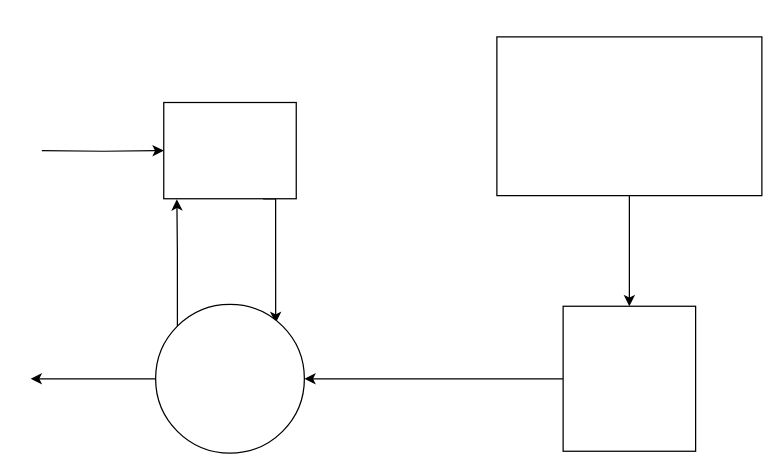
Earlier version of the draw.io diagram 软考.drawio (xiaodongYao/DrawIO). Source tidied: cells renumbered, new cells numbered last; positions are measured from the earlier drawing's top-left corner, leaving out a move shared by most shapes. Both pictures are drawn from the tidied source at 125%, with x=0, y=0 at pixel (30, 36).
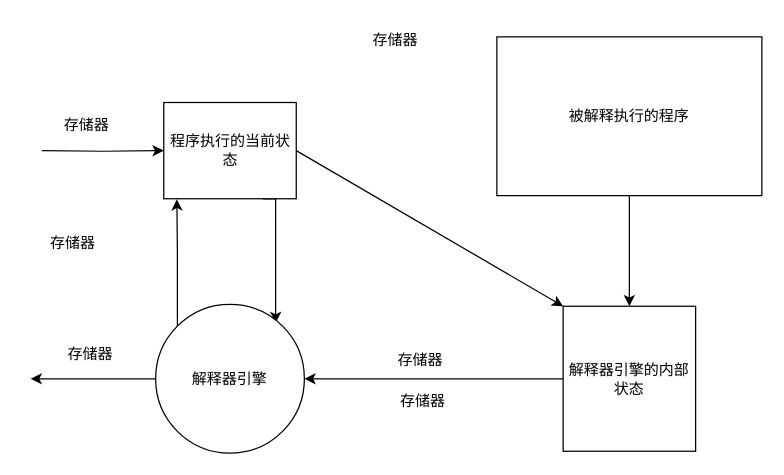
The same page after the edit.

What changed in the source:
```diff
@@
+    <mxCell id="12" style="rounded=0;jettySize=auto;html=1;exitX=1;exitY=0.5;exitDx=0;exitDy=0;entryX=0;entryY=0;entryDx=0;entryDy=0;" parent="1" edge="1" source="3" target="8">
+      <mxGeometry relative="1" as="geometry" />
+    </mxCell>
-    <mxCell id="3" style="rounded=0;whiteSpace=wrap;html=1;" parent="1" vertex="1">
+    <mxCell id="3" value="程序执行的当前状态" style="rounded=0;whiteSpace=wrap;html=1;" parent="1" vertex="1">
       <mxGeometry x="106.5" y="52.5" width="106" height="77" as="geometry" />
     </mxCell>
@@
-    <mxCell id="6" style="ellipse;whiteSpace=wrap;html=1;" parent="1" vertex="1">
+    <mxCell id="6" value="解释器引擎" style="ellipse;whiteSpace=wrap;html=1;" parent="1" vertex="1">
       <mxGeometry x="100" y="214" width="119" height="119" as="geometry" />
     </mxCell>
@@
-    <mxCell id="8" style="rounded=0;whiteSpace=wrap;html=1;" parent="1" vertex="1">
+    <mxCell id="8" value="解释器引擎的内部状态" style="rounded=0;whiteSpace=wrap;html=1;" parent="1" vertex="1">
       <mxGeometry x="426" y="215.5" width="106" height="116" as="geometry" />
     </mxCell>
@@
-    <mxCell id="10" style="rounded=0;whiteSpace=wrap;html=1;" parent="1" vertex="1">
+    <mxCell id="10" value="被解释执行的程序" style="rounded=0;whiteSpace=wrap;html=1;" parent="1" vertex="1">
       <mxGeometry x="373" width="212" height="127" as="geometry" />
     </mxCell>
@@
+    <mxCell id="13" value="存储器" style="text;html=1;strokeColor=none;fillColor=none;align=center;verticalAlign=middle;whiteSpace=wrap;rounded=0;" parent="1" vertex="1">
+      <mxGeometry x="262" y="-12" width="60" height="30" as="geometry" />
+    </mxCell>
+    <mxCell id="14" value="存储器" style="text;html=1;strokeColor=none;fillColor=none;align=center;verticalAlign=middle;whiteSpace=wrap;rounded=0;" parent="1" vertex="1">
+      <mxGeometry x="15" y="56" width="60" height="30" as="geometry" />
+    </mxCell>
+    <mxCell id="15" value="存储器" style="text;html=1;strokeColor=none;fillColor=none;align=center;verticalAlign=middle;whiteSpace=wrap;rounded=0;" parent="1" vertex="1">
+      <mxGeometry x="4" y="150" width="60" height="30" as="geometry" />
+    </mxCell>
+    <mxCell id="16" value="存储器" style="text;html=1;strokeColor=none;fillColor=none;align=center;verticalAlign=middle;whiteSpace=wrap;rounded=0;" parent="1" vertex="1">
+      <mxGeometry x="18" y="239" width="60" height="30" as="geometry" />
+    </mxCell>
+    <mxCell id="17" value="存储器" style="text;html=1;strokeColor=none;fillColor=none;align=center;verticalAlign=middle;whiteSpace=wrap;rounded=0;" parent="1" vertex="1">
+      <mxGeometry x="284" y="277" width="60" height="30" as="geometry" />
+    </mxCell>
+    <mxCell id="18" value="存储器" style="text;html=1;strokeColor=none;fillColor=none;align=center;verticalAlign=middle;whiteSpace=wrap;rounded=0;" parent="1" vertex="1">
+      <mxGeometry x="282" y="244" width="60" height="30" as="geometry" />
+    </mxCell>
```
